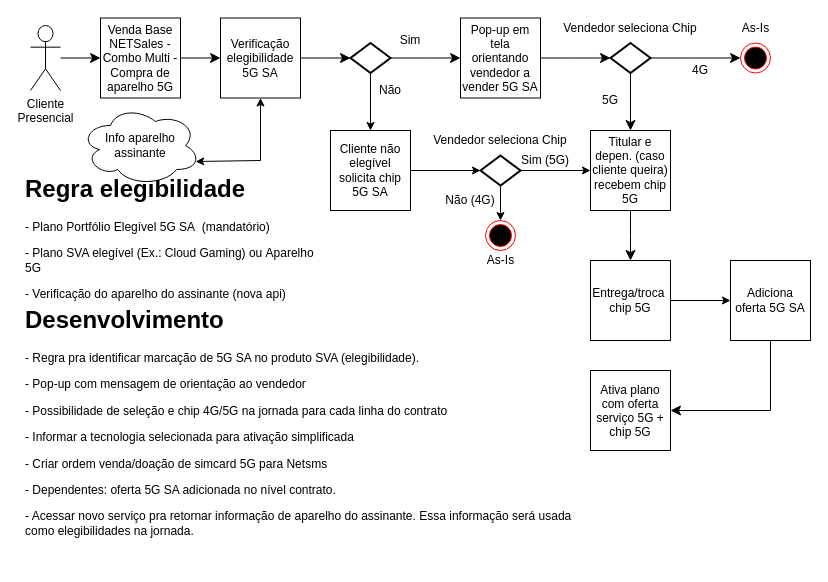
The draw.io diagram page "Venda Base NETSales" (2 of 2) of 5GSA.drawio in samirali/ClaroBrasil, before the edit. Source tidied: cells renumbered, new cells numbered last; positions are measured from the earlier drawing's top-left corner, leaving out a move shared by most shapes. Both pictures are drawn from the tidied source at 100%, with x=0, y=0 at pixel (20, 18).
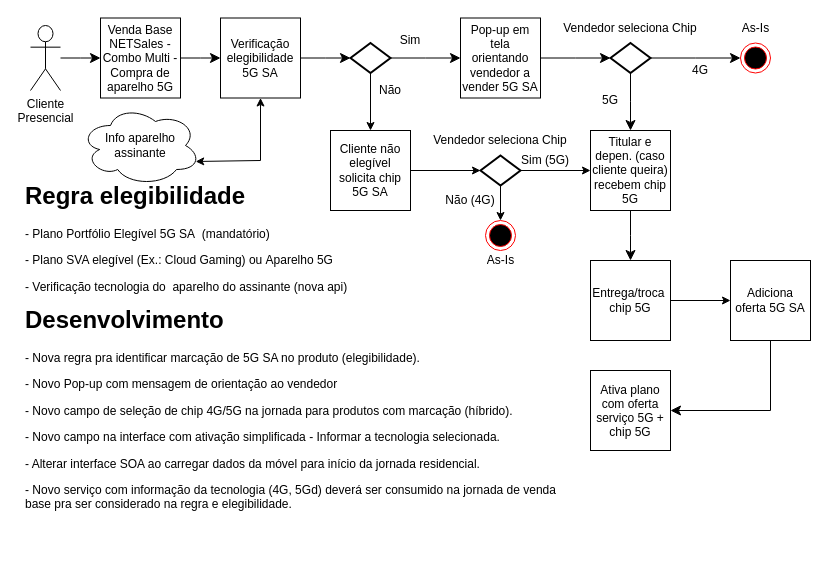
The same diagram, later.

What changed in the source:
```diff
@@
-    <mxCell id="10" value="&lt;h1&gt;Regra elegibilidade&lt;/h1&gt;&lt;p&gt;- Plano Portfólio Elegível 5G SA&amp;nbsp; (mandatório)&lt;/p&gt;&lt;p&gt;- Plano SVA elegível (Ex.: Cloud Gaming) ou&amp;nbsp;&lt;span style=&quot;background-color: initial;&quot;&gt;Aparelho 5G&lt;/span&gt;&lt;/p&gt;&lt;div&gt;- Verificação do aparelho do assinante (nova api)&lt;/div&gt;" style="text;html=1;strokeColor=none;fillColor=none;spacing=5;spacingTop=-20;whiteSpace=wrap;overflow=hidden;rounded=0;" parent="1" vertex="1">
-      <mxGeometry y="151" width="300" height="141" as="geometry" />
+    <mxCell id="10" value="&lt;h1&gt;Regra elegibilidade&lt;/h1&gt;&lt;p&gt;- Plano Portfólio Elegível 5G SA&amp;nbsp; (mandatório)&lt;/p&gt;&lt;p&gt;- Plano SVA elegível (Ex.: Cloud Gaming) ou&amp;nbsp;&lt;span style=&quot;background-color: initial;&quot;&gt;Aparelho 5G&lt;/span&gt;&lt;/p&gt;&lt;div&gt;- Verificação tecnologia do&amp;nbsp; aparelho do assinante (nova api)&lt;/div&gt;" style="text;html=1;strokeColor=none;fillColor=none;spacing=5;spacingTop=-20;whiteSpace=wrap;overflow=hidden;rounded=0;" parent="1" vertex="1">
+      <mxGeometry y="158" width="340" height="131" as="geometry" />
     </mxCell>
@@
-    <mxCell id="38" value="&lt;h1&gt;Desenvolvimento&lt;/h1&gt;&lt;p&gt;- Regra pra identificar marcação de 5G SA no produto SVA (elegibilidade).&lt;/p&gt;&lt;p&gt;- Pop-up com mensagem de orientação ao vendedor&lt;/p&gt;&lt;p&gt;- Possibilidade de seleção e chip 4G/5G na jornada para cada linha do contrato&lt;/p&gt;&lt;p&gt;&lt;span style=&quot;background-color: initial;&quot;&gt;- Informar a tecnologia selecionada para ativação simplificada&lt;/span&gt;&lt;br&gt;&lt;/p&gt;&lt;p&gt;- Criar ordem venda/doação de simcard 5G para Netsms&lt;/p&gt;&lt;p&gt;- Dependentes: oferta 5G SA adicionada no nível contrato.&lt;/p&gt;&lt;p&gt;- Acessar novo serviço pra retornar informação de aparelho do assinante. Essa informação será usada como elegibilidades na jornada.&lt;/p&gt;&lt;p&gt;&lt;br&gt;&lt;/p&gt;&lt;div&gt;&lt;br&gt;&lt;/div&gt;" style="text;html=1;strokeColor=none;fillColor=none;spacing=5;spacingTop=-20;whiteSpace=wrap;overflow=hidden;rounded=0;" parent="1" vertex="1">
-      <mxGeometry y="282" width="560" height="265" as="geometry" />
-    </mxCell>
@@
+    <mxCell id="44" value="&lt;h1&gt;Desenvolvimento&lt;/h1&gt;&lt;p&gt;- Nova regra pra identificar marcação de 5G SA no produto (elegibilidade).&lt;/p&gt;&lt;p&gt;- Novo Pop-up com mensagem de orientação ao vendedor&lt;/p&gt;&lt;p&gt;- Novo campo de seleção de chip 4G/5G na jornada para produtos com marcação (híbrido).&amp;nbsp;&lt;/p&gt;&lt;p style=&quot;border-color: var(--border-color);&quot;&gt;- Novo campo na interface com ativação simplificada - Informar a tecnologia selecionada.&lt;/p&gt;&lt;p style=&quot;border-color: var(--border-color);&quot;&gt;- Alterar interface SOA ao carregar dados da móvel para início da jornada residencial.&lt;/p&gt;&lt;p style=&quot;border-color: var(--border-color);&quot;&gt;- Novo serviço com informação da tecnologia (4G, 5Gd) deverá ser consumido na jornada de venda base pra ser considerado na regra e elegibilidade.&lt;/p&gt;&lt;p&gt;&lt;br&gt;&lt;/p&gt;&lt;div&gt;&lt;br&gt;&lt;/div&gt;" style="text;html=1;strokeColor=none;fillColor=none;spacing=5;spacingTop=-20;whiteSpace=wrap;overflow=hidden;rounded=0;" parent="1" vertex="1">
+      <mxGeometry y="282" width="560" height="220" as="geometry" />
+    </mxCell>
```
